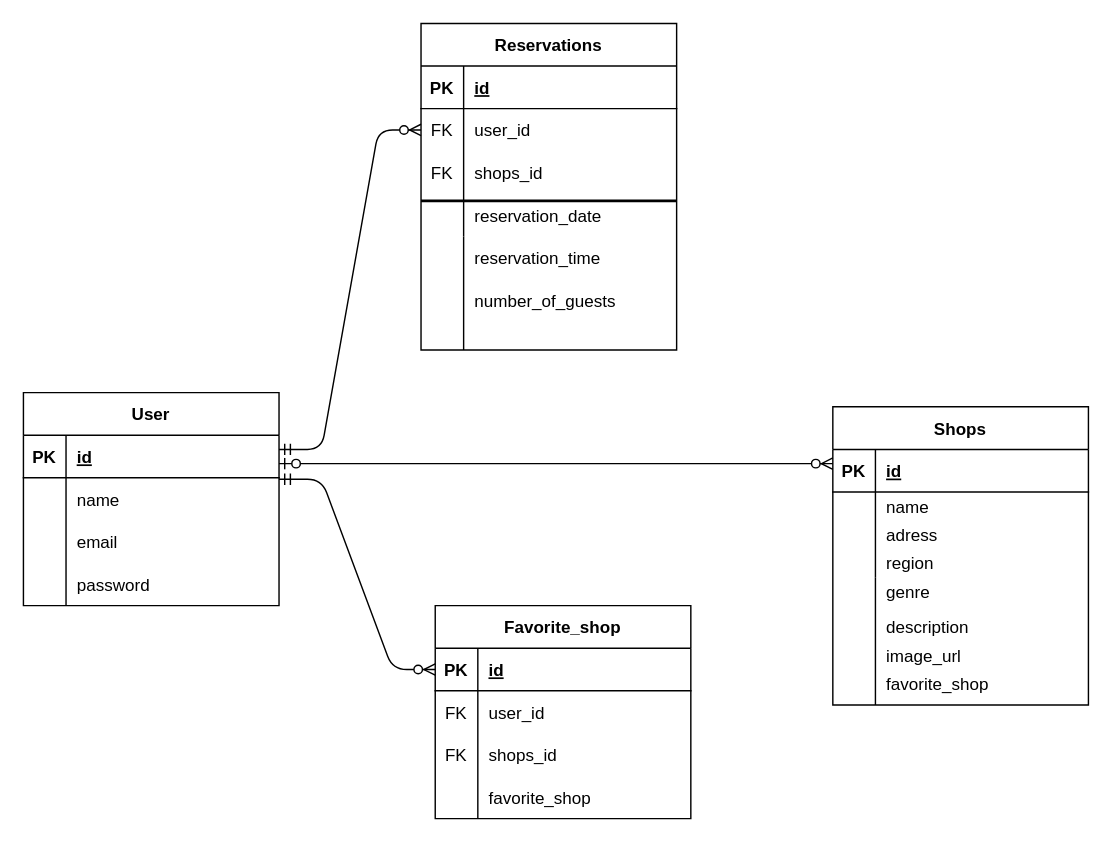
kimi3223/rese keeps this draw.io diagram as rese.dio. Above is the earlier version. Source tidied: cells renumbered, new cells numbered last; positions are measured from the earlier drawing's top-left corner, leaving out a move shared by most shapes. Both pictures are drawn from the tidied source at 142%, with x=0, y=0 at pixel (23, 23).
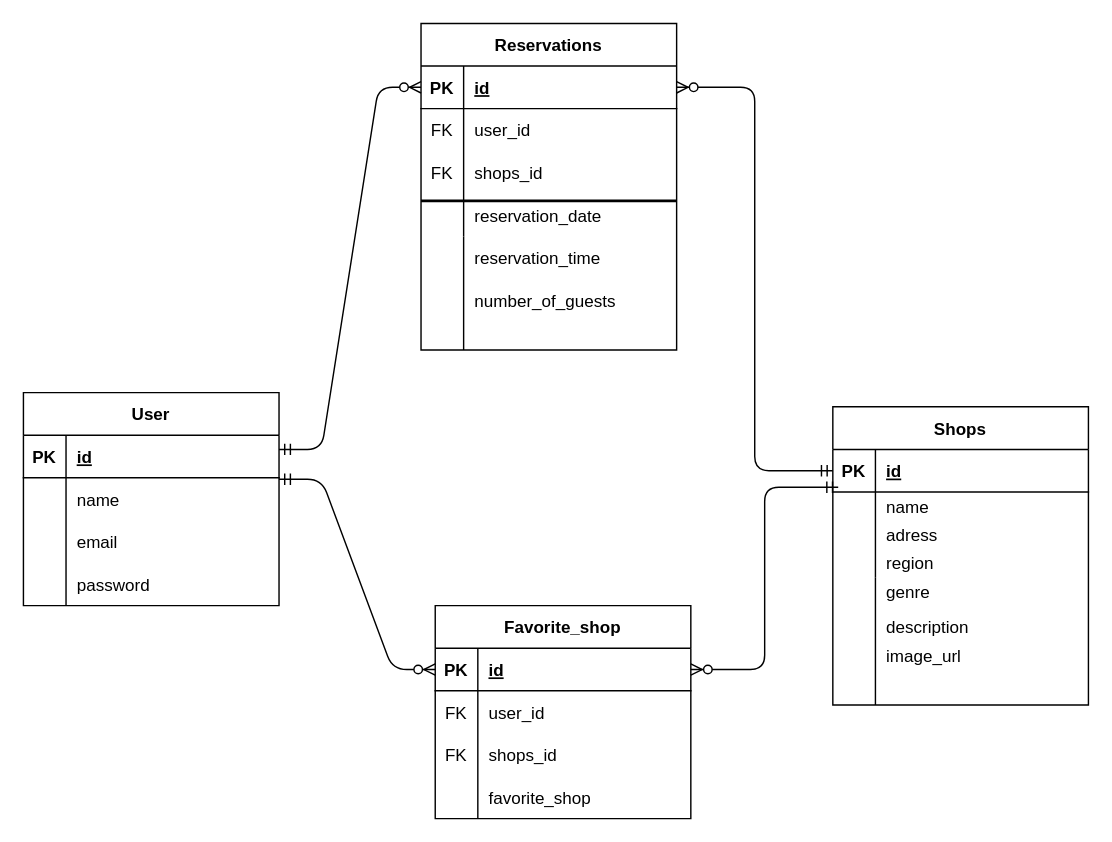
The same diagram, later.

The change refers to these unchanged cells:
```xml
<mxCell id="16" style="shape=tableRow;horizontal=0;startSize=0;swimlaneHead=0;swimlaneBody=0;fillColor=none;points=[[0,0.5],[1,0.5]];portConstraint=eastwest;top=0;left=0;right=0;bottom=1;" parent="15" vertex="1">
  <mxGeometry y="30" width="180" height="30" as="geometry" />
</mxCell>
<mxCell id="19" style="shape=tableRow;horizontal=0;startSize=0;swimlaneHead=0;swimlaneBody=0;fillColor=none;points=[[0,0.5],[1,0.5]];portConstraint=eastwest;top=0;left=0;right=0;bottom=0;" parent="15" vertex="1">
  <mxGeometry y="60" width="180" height="20" as="geometry" />
</mxCell>
<mxCell id="34" style="shape=tableRow;horizontal=0;startSize=0;swimlaneHead=0;swimlaneBody=0;fillColor=none;points=[[0,0.5],[1,0.5]];portConstraint=eastwest;top=0;left=0;right=0;bottom=1;" parent="33" vertex="1">
  <mxGeometry y="30" width="180" height="30" as="geometry" />
</mxCell>
<mxCell id="37" style="shape=tableRow;horizontal=0;startSize=0;swimlaneHead=0;swimlaneBody=0;fillColor=none;points=[[0,0.5],[1,0.5]];portConstraint=eastwest;top=0;left=0;right=0;bottom=0;" parent="33" vertex="1">
  <mxGeometry y="60" width="180" height="30" as="geometry" />
</mxCell>
<mxCell id="56" style="shape=tableRow;horizontal=0;startSize=0;swimlaneHead=0;swimlaneBody=0;fillColor=none;points=[[0,0.5],[1,0.5]];portConstraint=eastwest;top=0;left=0;right=0;bottom=1;" parent="55" vertex="1">
  <mxGeometry y="30" width="180" height="30" as="geometry" />
</mxCell>
```

What changed in the source:
```diff
@@
-    <mxCell id="70" style="edgeStyle=entityRelationEdgeStyle;fontSize=12;html=1;endArrow=ERzeroToMany;startArrow=ERmandOne;entryX=0;entryY=0.5;entryDx=0;entryDy=0;" parent="1" edge="1" target="37">
+    <mxCell id="70" style="edgeStyle=entityRelationEdgeStyle;fontSize=12;html=1;endArrow=ERzeroToMany;startArrow=ERmandOne;entryX=0;entryY=0.5;entryDx=0;entryDy=0;" parent="1" edge="1" target="34">
       <mxGeometry relative="1" as="geometry">
         <mxPoint x="180" y="300" as="sourcePoint" />
       </mxGeometry>
     </mxCell>
-    <mxCell id="71" style="edgeStyle=entityRelationEdgeStyle;fontSize=12;html=1;endArrow=ERzeroToMany;startArrow=ERzeroToOne;" parent="1" edge="1">
-      <mxGeometry relative="1" as="geometry">
-        <mxPoint x="180" y="310" as="sourcePoint" />
-        <mxPoint x="570" y="310" as="targetPoint" />
-      </mxGeometry>
-    </mxCell>
-    <mxCell id="72" value="favorite_shop" style="shape=partialRectangle;fillColor=none;top=0;left=0;bottom=0;right=0;align=left;spacingLeft=6;overflow=hidden;" parent="1" vertex="1">
-      <mxGeometry x="600" y="450" width="150" height="30" as="geometry" />
-    </mxCell>
@@
+    <mxCell id="76" style="fontSize=12;html=1;endArrow=ERzeroToMany;startArrow=ERmandOne;entryX=1;entryY=0.5;entryDx=0;entryDy=0;exitX=0;exitY=0.5;exitDx=0;exitDy=0;edgeStyle=elbowEdgeStyle;" parent="1" edge="1" source="16" target="34">
+      <mxGeometry relative="1" as="geometry" />
+    </mxCell>
+    <mxCell id="77" style="fontSize=12;html=1;endArrow=ERzeroToMany;startArrow=ERmandOne;edgeStyle=elbowEdgeStyle;exitX=0.021;exitY=-0.168;exitDx=0;exitDy=0;exitPerimeter=0;entryX=1;entryY=0.5;entryDx=0;entryDy=0;" parent="1" edge="1" source="19" target="56">
+      <mxGeometry relative="1" as="geometry" />
+    </mxCell>
```
